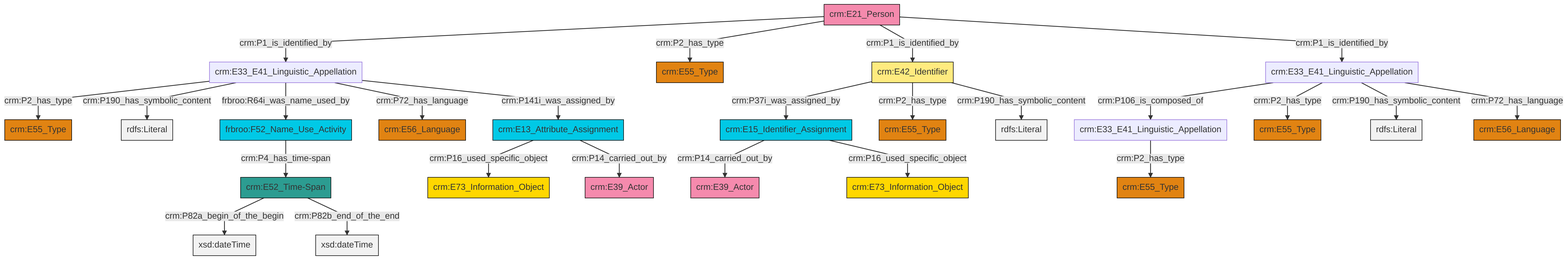
Above: et/personCSV/ttl/mmd/png/Person_Names_and_Classification.png in swiss-art-research-net/docs.swissartresearch (Mermaid), before the change. Its source is kept beside it as et/personCSV/ttl/mmd/Person_Names_and_Classification.ttl.mmd.
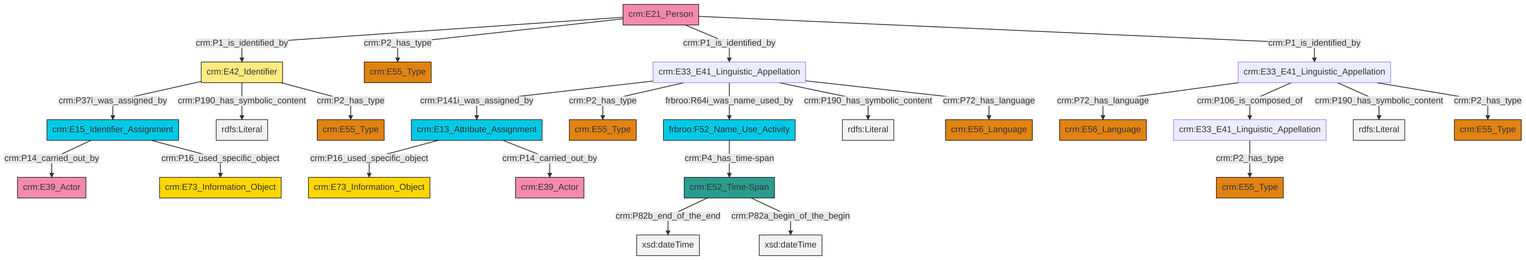
Above is the later version.

Change to the diagram source:
```diff
@@ -13,27 +13,27 @@
 classDef PC_Classes fill:#4ce600, stroke:#000000;
 classDef Multi fill:#cccccc,stroke:#000000;
 
-0["crm:E33_E41_Linguistic_Appellation"]:::Default -->|crm:P2_has_type| 1["crm:E55_Type"]:::Type
-2["crm:E33_E41_Linguistic_Appellation"]:::Default -->|crm:P106_is_composed_of| 3["crm:E33_E41_Linguistic_Appellation"]:::Default
-4["crm:E21_Person"]:::Actor -->|crm:P1_is_identified_by| 0["crm:E33_E41_Linguistic_Appellation"]:::Default
-9["crm:E15_Identifier_Assignment"]:::Temporal_Entity -->|crm:P14_carried_out_by| 10["crm:E39_Actor"]:::Actor
-11["crm:E42_Identifier"]:::Appellation -->|crm:P37i_was_assigned_by| 9["crm:E15_Identifier_Assignment"]:::Temporal_Entity
-2["crm:E33_E41_Linguistic_Appellation"]:::Default -->|crm:P2_has_type| 5["crm:E55_Type"]:::Type
-4["crm:E21_Person"]:::Actor -->|crm:P2_has_type| 17["crm:E55_Type"]:::Type
-0["crm:E33_E41_Linguistic_Appellation"]:::Default -->|crm:P190_has_symbolic_content| 18[rdfs:Literal]:::Literal
-11["crm:E42_Identifier"]:::Appellation -->|crm:P2_has_type| 13["crm:E55_Type"]:::Type
-9["crm:E15_Identifier_Assignment"]:::Temporal_Entity -->|crm:P16_used_specific_object| 20["crm:E73_Information_Object"]:::Conceptual_Object
-21["crm:E13_Attribute_Assignment"]:::Temporal_Entity -->|crm:P16_used_specific_object| 22["crm:E73_Information_Object"]:::Conceptual_Object
-4["crm:E21_Person"]:::Actor -->|crm:P1_is_identified_by| 11["crm:E42_Identifier"]:::Appellation
-0["crm:E33_E41_Linguistic_Appellation"]:::Default -->|frbroo:R64i_was_name_used_by| 27["frbroo:F52_Name_Use_Activity"]:::Temporal_Entity
-21["crm:E13_Attribute_Assignment"]:::Temporal_Entity -->|crm:P14_carried_out_by| 24["crm:E39_Actor"]:::Actor
-2["crm:E33_E41_Linguistic_Appellation"]:::Default -->|crm:P190_has_symbolic_content| 29[rdfs:Literal]:::Literal
-27["frbroo:F52_Name_Use_Activity"]:::Temporal_Entity -->|crm:P4_has_time-span| 30["crm:E52_Time-Span"]:::Time-Span
-0["crm:E33_E41_Linguistic_Appellation"]:::Default -->|crm:P72_has_language| 7["crm:E56_Language"]:::Type
-0["crm:E33_E41_Linguistic_Appellation"]:::Default -->|crm:P141i_was_assigned_by| 21["crm:E13_Attribute_Assignment"]:::Temporal_Entity
-4["crm:E21_Person"]:::Actor -->|crm:P1_is_identified_by| 2["crm:E33_E41_Linguistic_Appellation"]:::Default
-30["crm:E52_Time-Span"]:::Time-Span -->|crm:P82a_begin_of_the_begin| 39[xsd:dateTime]:::Literal
-3["crm:E33_E41_Linguistic_Appellation"]:::Default -->|crm:P2_has_type| 42["crm:E55_Type"]:::Type
-11["crm:E42_Identifier"]:::Appellation -->|crm:P190_has_symbolic_content| 44[rdfs:Literal]:::Literal
-2["crm:E33_E41_Linguistic_Appellation"]:::Default -->|crm:P72_has_language| 31["crm:E56_Language"]:::Type
-30["crm:E52_Time-Span"]:::Time-Span -->|crm:P82b_end_of_the_end| 46[xsd:dateTime]:::Literal
+0["crm:E13_Attribute_Assignment"]:::Temporal_Entity -->|crm:P16_used_specific_object| 1["crm:E73_Information_Object"]:::Conceptual_Object
+2["crm:E33_E41_Linguistic_Appellation"]:::Default -->|crm:P141i_was_assigned_by| 0["crm:E13_Attribute_Assignment"]:::Temporal_Entity
+12["crm:E42_Identifier"]:::Appellation -->|crm:P37i_was_assigned_by| 13["crm:E15_Identifier_Assignment"]:::Temporal_Entity
+12["crm:E42_Identifier"]:::Appellation -->|crm:P190_has_symbolic_content| 14[rdfs:Literal]:::Literal
+22["crm:E21_Person"]:::Actor -->|crm:P1_is_identified_by| 12["crm:E42_Identifier"]:::Appellation
+2["crm:E33_E41_Linguistic_Appellation"]:::Default -->|crm:P2_has_type| 23["crm:E55_Type"]:::Type
+4["crm:E33_E41_Linguistic_Appellation"]:::Default -->|crm:P72_has_language| 25["crm:E56_Language"]:::Type
+28["crm:E52_Time-Span"]:::Time-Span -->|crm:P82b_end_of_the_end| 29[xsd:dateTime]:::Literal
+2["crm:E33_E41_Linguistic_Appellation"]:::Default -->|frbroo:R64i_was_name_used_by| 8["frbroo:F52_Name_Use_Activity"]:::Temporal_Entity
+4["crm:E33_E41_Linguistic_Appellation"]:::Default -->|crm:P106_is_composed_of| 15["crm:E33_E41_Linguistic_Appellation"]:::Default
+2["crm:E33_E41_Linguistic_Appellation"]:::Default -->|crm:P190_has_symbolic_content| 30[rdfs:Literal]:::Literal
+4["crm:E33_E41_Linguistic_Appellation"]:::Default -->|crm:P190_has_symbolic_content| 31[rdfs:Literal]:::Literal
+22["crm:E21_Person"]:::Actor -->|crm:P2_has_type| 17["crm:E55_Type"]:::Type
+0["crm:E13_Attribute_Assignment"]:::Temporal_Entity -->|crm:P14_carried_out_by| 35["crm:E39_Actor"]:::Actor
+13["crm:E15_Identifier_Assignment"]:::Temporal_Entity -->|crm:P14_carried_out_by| 36["crm:E39_Actor"]:::Actor
+22["crm:E21_Person"]:::Actor -->|crm:P1_is_identified_by| 2["crm:E33_E41_Linguistic_Appellation"]:::Default
+22["crm:E21_Person"]:::Actor -->|crm:P1_is_identified_by| 4["crm:E33_E41_Linguistic_Appellation"]:::Default
+12["crm:E42_Identifier"]:::Appellation -->|crm:P2_has_type| 6["crm:E55_Type"]:::Type
+15["crm:E33_E41_Linguistic_Appellation"]:::Default -->|crm:P2_has_type| 10["crm:E55_Type"]:::Type
+8["frbroo:F52_Name_Use_Activity"]:::Temporal_Entity -->|crm:P4_has_time-span| 28["crm:E52_Time-Span"]:::Time-Span
+4["crm:E33_E41_Linguistic_Appellation"]:::Default -->|crm:P2_has_type| 19["crm:E55_Type"]:::Type
+28["crm:E52_Time-Span"]:::Time-Span -->|crm:P82a_begin_of_the_begin| 43[xsd:dateTime]:::Literal
+2["crm:E33_E41_Linguistic_Appellation"]:::Default -->|crm:P72_has_language| 40["crm:E56_Language"]:::Type
+13["crm:E15_Identifier_Assignment"]:::Temporal_Entity -->|crm:P16_used_specific_object| 45["crm:E73_Information_Object"]:::Conceptual_Object
```
